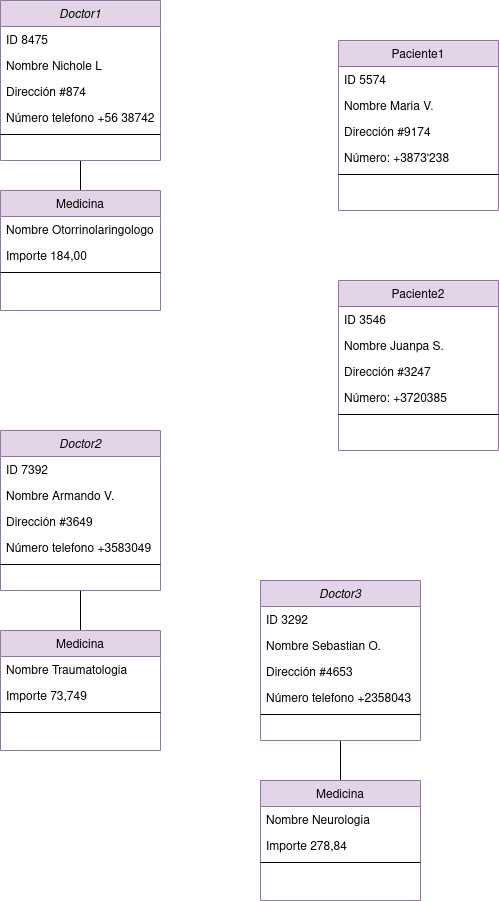
Before: Tema2/DiagramasObjetos/img/DiagramaSistHospital.drawio.png, a diagram exported from draw.io (nicholelouis/ETS). Source tidied: cells renumbered, new cells last; positions are measured from the earlier drawing's top-left corner, leaving out a move shared by most shapes.
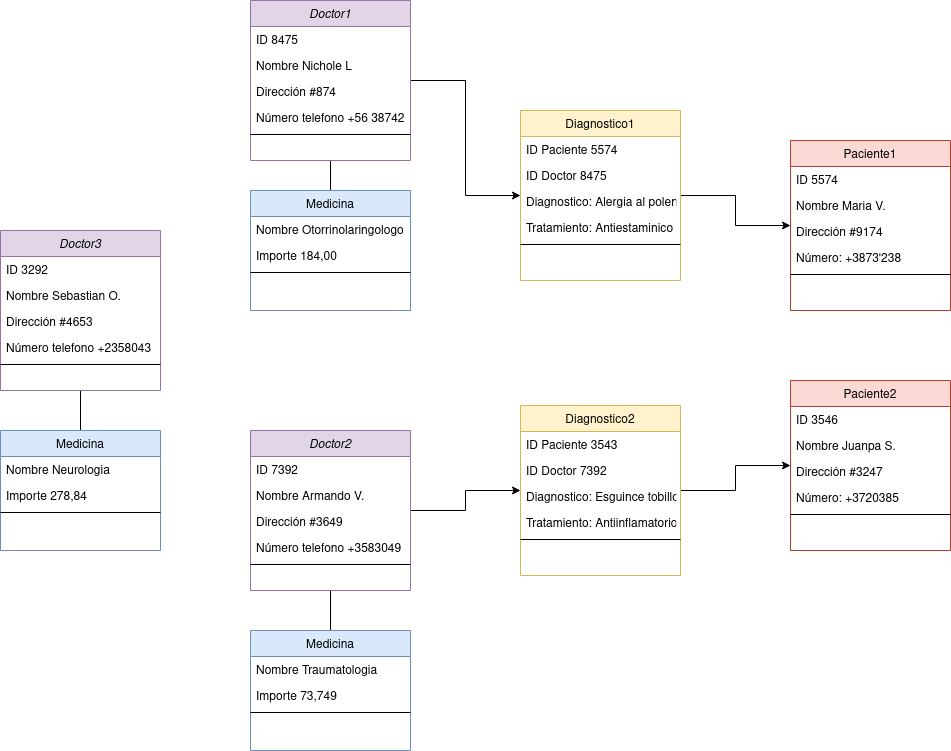
After the commit.

The edit, as a diff of the source:
```diff
@@ -5,6 +5,9 @@
     <mxCell id="2" style="edgeStyle=orthogonalEdgeStyle;rounded=0;jettySize=auto;html=1;endArrow=none;endFill=0;" parent="1" edge="1" source="3" target="9">
       <mxGeometry relative="1" as="geometry" />
     </mxCell>
+    <mxCell id="47" style="edgeStyle=orthogonalEdgeStyle;rounded=0;jettySize=auto;html=1;" parent="1" edge="1" source="3" target="50">
+      <mxGeometry relative="1" as="geometry" />
+    </mxCell>
     <mxCell id="3" value="Doctor1" style="swimlane;fontStyle=2;align=center;verticalAlign=top;horizontal=1;startSize=26;rounded=0;shadow=0;strokeWidth=1;fillColor=#e1d5e7;strokeColor=#9673a6;" parent="1" vertex="1">
       <mxGeometry width="160" height="160" as="geometry" />
     </mxCell>
@@ -23,7 +26,7 @@
     <mxCell id="8" style="line;html=1;strokeWidth=1;align=left;verticalAlign=middle;spacingTop=-1;spacingLeft=3;spacingRight=3;labelPosition=right;" parent="3" vertex="1">
       <mxGeometry y="130" width="160" height="8" as="geometry" />
     </mxCell>
-    <mxCell id="9" value="Medicina" style="swimlane;fontStyle=0;align=center;verticalAlign=top;horizontal=1;startSize=26;rounded=0;shadow=0;strokeWidth=1;fillColor=#e1d5e7;strokeColor=#9673a6;" parent="1" vertex="1">
+    <mxCell id="9" value="Medicina" style="swimlane;fontStyle=0;align=center;verticalAlign=top;horizontal=1;startSize=26;rounded=0;shadow=0;strokeWidth=1;fillColor=#dae8fc;strokeColor=#6c8ebf;" parent="1" vertex="1">
       <mxGeometry y="190" width="160" height="120" as="geometry" />
     </mxCell>
     <mxCell id="10" value="Nombre Otorrinolaringologo" style="text;align=left;verticalAlign=top;spacingLeft=4;spacingRight=4;overflow=hidden;" parent="9" vertex="1">
@@ -35,8 +38,8 @@
     <mxCell id="12" style="line;html=1;strokeWidth=1;align=left;verticalAlign=middle;spacingTop=-1;spacingLeft=3;spacingRight=3;labelPosition=right;" parent="9" vertex="1">
       <mxGeometry y="78" width="160" height="8" as="geometry" />
     </mxCell>
-    <mxCell id="13" value="Paciente1" style="swimlane;fontStyle=0;align=center;verticalAlign=top;horizontal=1;startSize=26;rounded=0;shadow=0;strokeWidth=1;fillColor=#e1d5e7;strokeColor=#9673a6;" parent="1" vertex="1">
-      <mxGeometry x="338" y="40" width="160" height="170" as="geometry" />
+    <mxCell id="13" value="Paciente1" style="swimlane;fontStyle=0;align=center;verticalAlign=top;horizontal=1;startSize=26;rounded=0;shadow=0;strokeWidth=1;fillColor=#fad9d5;strokeColor=#ae4132;" parent="1" vertex="1">
+      <mxGeometry x="540" y="140" width="160" height="170" as="geometry" />
     </mxCell>
     <mxCell id="14" value="ID 5574" style="text;align=left;verticalAlign=top;spacingLeft=4;spacingRight=4;overflow=hidden;" parent="13" vertex="1">
       <mxGeometry y="26" width="160" height="26" as="geometry" />
@@ -56,6 +59,9 @@
     <mxCell id="19" style="edgeStyle=orthogonalEdgeStyle;rounded=0;jettySize=auto;html=1;endArrow=none;endFill=0;" parent="1" edge="1" source="20" target="26">
       <mxGeometry relative="1" as="geometry" />
     </mxCell>
+    <mxCell id="48" style="edgeStyle=orthogonalEdgeStyle;rounded=0;jettySize=auto;html=1;" parent="1" edge="1" source="20" target="57">
+      <mxGeometry relative="1" as="geometry" />
+    </mxCell>
     <mxCell id="20" value="Doctor2" style="swimlane;fontStyle=2;align=center;verticalAlign=top;horizontal=1;startSize=26;rounded=0;shadow=0;strokeWidth=1;fillColor=#e1d5e7;strokeColor=#9673a6;" parent="1" vertex="1">
       <mxGeometry y="430" width="160" height="160" as="geometry" />
     </mxCell>
@@ -74,7 +80,7 @@
     <mxCell id="25" style="line;html=1;strokeWidth=1;align=left;verticalAlign=middle;spacingTop=-1;spacingLeft=3;spacingRight=3;labelPosition=right;" parent="20" vertex="1">
       <mxGeometry y="130" width="160" height="8" as="geometry" />
     </mxCell>
-    <mxCell id="26" value="Medicina" style="swimlane;fontStyle=0;align=center;verticalAlign=top;horizontal=1;startSize=26;rounded=0;shadow=0;strokeWidth=1;fillColor=#e1d5e7;strokeColor=#9673a6;" parent="1" vertex="1">
+    <mxCell id="26" value="Medicina" style="swimlane;fontStyle=0;align=center;verticalAlign=top;horizontal=1;startSize=26;rounded=0;shadow=0;strokeWidth=1;fillColor=#dae8fc;strokeColor=#6c8ebf;" parent="1" vertex="1">
       <mxGeometry y="630" width="160" height="120" as="geometry" />
     </mxCell>
     <mxCell id="27" value="Nombre Traumatologia" style="text;align=left;verticalAlign=top;spacingLeft=4;spacingRight=4;overflow=hidden;" parent="26" vertex="1">
@@ -90,7 +96,7 @@
       <mxGeometry relative="1" as="geometry" />
     </mxCell>
     <mxCell id="31" value="Doctor3" style="swimlane;fontStyle=2;align=center;verticalAlign=top;horizontal=1;startSize=26;rounded=0;shadow=0;strokeWidth=1;fillColor=#e1d5e7;strokeColor=#9673a6;" parent="1" vertex="1">
-      <mxGeometry x="260" y="580" width="160" height="160" as="geometry" />
+      <mxGeometry x="-250" y="230" width="160" height="160" as="geometry" />
     </mxCell>
     <mxCell id="32" value="ID 3292" style="text;align=left;verticalAlign=top;spacingLeft=4;spacingRight=4;overflow=hidden;" parent="31" vertex="1">
       <mxGeometry y="26" width="160" height="26" as="geometry" />
@@ -107,8 +113,8 @@
     <mxCell id="36" style="line;html=1;strokeWidth=1;align=left;verticalAlign=middle;spacingTop=-1;spacingLeft=3;spacingRight=3;labelPosition=right;" parent="31" vertex="1">
       <mxGeometry y="130" width="160" height="8" as="geometry" />
     </mxCell>
-    <mxCell id="37" value="Medicina" style="swimlane;fontStyle=0;align=center;verticalAlign=top;horizontal=1;startSize=26;rounded=0;shadow=0;strokeWidth=1;fillColor=#e1d5e7;strokeColor=#9673a6;" parent="1" vertex="1">
-      <mxGeometry x="260" y="780" width="160" height="120" as="geometry" />
+    <mxCell id="37" value="Medicina" style="swimlane;fontStyle=0;align=center;verticalAlign=top;horizontal=1;startSize=26;rounded=0;shadow=0;strokeWidth=1;fillColor=#dae8fc;strokeColor=#6c8ebf;" parent="1" vertex="1">
+      <mxGeometry x="-250" y="430" width="160" height="120" as="geometry" />
     </mxCell>
     <mxCell id="38" value="Nombre Neurologia" style="text;align=left;verticalAlign=top;spacingLeft=4;spacingRight=4;overflow=hidden;" parent="37" vertex="1">
       <mxGeometry y="26" width="160" height="26" as="geometry" />
@@ -119,8 +125,8 @@
     <mxCell id="40" style="line;html=1;strokeWidth=1;align=left;verticalAlign=middle;spacingTop=-1;spacingLeft=3;spacingRight=3;labelPosition=right;" parent="37" vertex="1">
       <mxGeometry y="78" width="160" height="8" as="geometry" />
     </mxCell>
-    <mxCell id="41" value="Paciente2" style="swimlane;fontStyle=0;align=center;verticalAlign=top;horizontal=1;startSize=26;rounded=0;shadow=0;strokeWidth=1;fillColor=#e1d5e7;strokeColor=#9673a6;" parent="1" vertex="1">
-      <mxGeometry x="338" y="280" width="160" height="170" as="geometry" />
+    <mxCell id="41" value="Paciente2" style="swimlane;fontStyle=0;align=center;verticalAlign=top;horizontal=1;startSize=26;rounded=0;shadow=0;strokeWidth=1;fillColor=#fad9d5;strokeColor=#ae4132;" parent="1" vertex="1">
+      <mxGeometry x="540" y="380" width="160" height="170" as="geometry" />
     </mxCell>
     <mxCell id="42" value="ID 3546" style="text;align=left;verticalAlign=top;spacingLeft=4;spacingRight=4;overflow=hidden;" parent="41" vertex="1">
       <mxGeometry y="26" width="160" height="26" as="geometry" />
@@ -137,5 +143,47 @@
     <mxCell id="46" style="line;html=1;strokeWidth=1;align=left;verticalAlign=middle;spacingTop=-1;spacingLeft=3;spacingRight=3;labelPosition=right;" parent="41" vertex="1">
       <mxGeometry y="130" width="160" height="8" as="geometry" />
     </mxCell>
+    <mxCell id="49" style="edgeStyle=orthogonalEdgeStyle;rounded=0;jettySize=auto;html=1;" parent="1" edge="1" source="50" target="13">
+      <mxGeometry relative="1" as="geometry" />
+    </mxCell>
+    <mxCell id="50" value="Diagnostico1" style="swimlane;fontStyle=0;align=center;verticalAlign=top;horizontal=1;startSize=26;rounded=0;shadow=0;strokeWidth=1;fillColor=#fff2cc;strokeColor=#d6b656;" parent="1" vertex="1">
+      <mxGeometry x="270" y="110" width="160" height="170" as="geometry" />
+    </mxCell>
+    <mxCell id="51" value="ID Paciente 5574" style="text;align=left;verticalAlign=top;spacingLeft=4;spacingRight=4;overflow=hidden;" parent="50" vertex="1">
+      <mxGeometry y="26" width="160" height="26" as="geometry" />
+    </mxCell>
+    <mxCell id="52" value="ID Doctor 8475" style="text;align=left;verticalAlign=top;spacingLeft=4;spacingRight=4;overflow=hidden;rounded=0;shadow=0;html=0;" parent="50" vertex="1">
+      <mxGeometry y="52" width="160" height="26" as="geometry" />
+    </mxCell>
+    <mxCell id="53" value="Diagnostico: Alergia al polen" style="text;align=left;verticalAlign=top;spacingLeft=4;spacingRight=4;overflow=hidden;rounded=0;shadow=0;html=0;" parent="50" vertex="1">
+      <mxGeometry y="78" width="160" height="26" as="geometry" />
+    </mxCell>
+    <mxCell id="54" value="Tratamiento: Antiestaminico" style="text;align=left;verticalAlign=top;spacingLeft=4;spacingRight=4;overflow=hidden;rounded=0;shadow=0;html=0;" parent="50" vertex="1">
+      <mxGeometry y="104" width="160" height="26" as="geometry" />
+    </mxCell>
+    <mxCell id="55" style="line;html=1;strokeWidth=1;align=left;verticalAlign=middle;spacingTop=-1;spacingLeft=3;spacingRight=3;labelPosition=right;" parent="50" vertex="1">
+      <mxGeometry y="130" width="160" height="8" as="geometry" />
+    </mxCell>
+    <mxCell id="56" style="edgeStyle=orthogonalEdgeStyle;rounded=0;jettySize=auto;html=1;" parent="1" edge="1" source="57" target="41">
+      <mxGeometry relative="1" as="geometry" />
+    </mxCell>
+    <mxCell id="57" value="Diagnostico2" style="swimlane;fontStyle=0;align=center;verticalAlign=top;horizontal=1;startSize=26;rounded=0;shadow=0;strokeWidth=1;fillColor=#fff2cc;strokeColor=#d6b656;" parent="1" vertex="1">
+      <mxGeometry x="270" y="405" width="160" height="170" as="geometry" />
+    </mxCell>
+    <mxCell id="58" value="ID Paciente 3543" style="text;align=left;verticalAlign=top;spacingLeft=4;spacingRight=4;overflow=hidden;" parent="57" vertex="1">
+      <mxGeometry y="26" width="160" height="26" as="geometry" />
+    </mxCell>
+    <mxCell id="59" value="ID Doctor 7392" style="text;align=left;verticalAlign=top;spacingLeft=4;spacingRight=4;overflow=hidden;rounded=0;shadow=0;html=0;" parent="57" vertex="1">
+      <mxGeometry y="52" width="160" height="26" as="geometry" />
+    </mxCell>
+    <mxCell id="60" value="Diagnostico: Esguince tobillo" style="text;align=left;verticalAlign=top;spacingLeft=4;spacingRight=4;overflow=hidden;rounded=0;shadow=0;html=0;" parent="57" vertex="1">
+      <mxGeometry y="78" width="160" height="26" as="geometry" />
+    </mxCell>
+    <mxCell id="61" value="Tratamiento: Antiinflamatorio" style="text;align=left;verticalAlign=top;spacingLeft=4;spacingRight=4;overflow=hidden;rounded=0;shadow=0;html=0;" parent="57" vertex="1">
+      <mxGeometry y="104" width="160" height="26" as="geometry" />
+    </mxCell>
+    <mxCell id="62" style="line;html=1;strokeWidth=1;align=left;verticalAlign=middle;spacingTop=-1;spacingLeft=3;spacingRight=3;labelPosition=right;" parent="57" vertex="1">
+      <mxGeometry y="130" width="160" height="8" as="geometry" />
+    </mxCell>
   </root>
 </mxGraphModel>
```
